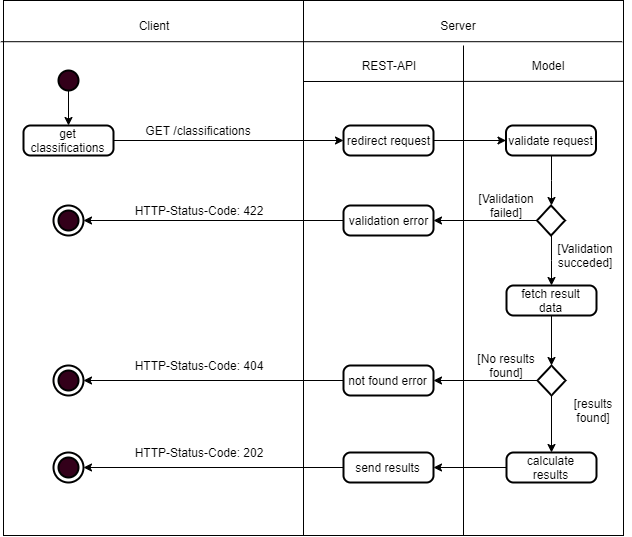
This is doc/documentation/images/activity_eval.png from Crischinaldo/OCR, a draw.io export, as it was before one commit. Source tidied: cells renumbered, new cells last; positions are measured from the earlier drawing's top-left corner, leaving out a move shared by most shapes.
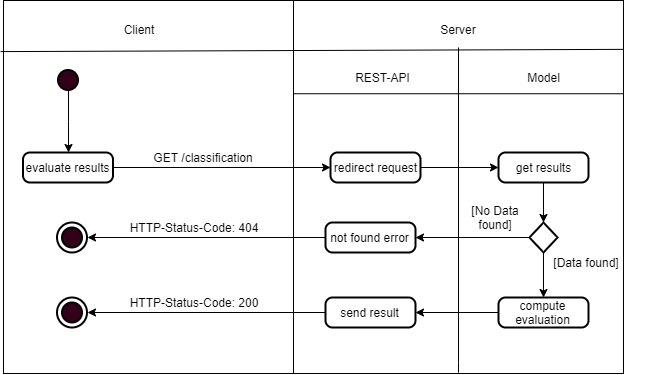
The same file after the commit.

Change to the diagram source:
```diff
@@ -2,150 +2,115 @@
   <root>
     <mxCell id="0" />
     <mxCell id="1" parent="0" />
-    <mxCell id="2" style="rounded=0;whiteSpace=wrap;html=1;fillColor=none;" parent="1" vertex="1">
-      <mxGeometry width="300" height="535" as="geometry" />
-    </mxCell>
-    <mxCell id="3" style="rounded=0;whiteSpace=wrap;html=1;fillColor=none;" parent="1" vertex="1">
-      <mxGeometry x="300" width="320" height="535" as="geometry" />
-    </mxCell>
+    <mxCell id="49" style="rounded=0;whiteSpace=wrap;html=1;fillColor=none;" parent="1" vertex="1">
+      <mxGeometry x="203" y="163" width="290" height="373" as="geometry" />
+    </mxCell>
+    <mxCell id="50" style="rounded=0;whiteSpace=wrap;html=1;fillColor=none;" parent="1" vertex="1">
+      <mxGeometry x="493" y="163" width="330" height="373" as="geometry" />
+    </mxCell>
     <mxCell id="4" value="Client" style="text;html=1;strokeColor=none;fillColor=none;align=center;verticalAlign=middle;whiteSpace=wrap;rounded=0;" parent="1" vertex="1">
-      <mxGeometry x="130" y="15" width="40" height="20" as="geometry" />
+      <mxGeometry x="317.5" y="185" width="40" height="14" as="geometry" />
     </mxCell>
-    <mxCell id="5" style="endArrow=none;html=1;exitX=-0.009;exitY=0.077;exitDx=0;exitDy=0;exitPerimeter=0;entryX=0.996;entryY=0.077;entryDx=0;entryDy=0;entryPerimeter=0;" parent="1" edge="1" source="2" target="3">
-      <mxGeometry relative="1" as="geometry" />
-    </mxCell>
+    <mxCell id="51" style="endArrow=none;html=1;exitX=-0.01;exitY=0.137;exitDx=0;exitDy=0;exitPerimeter=0;entryX=1;entryY=0.131;entryDx=0;entryDy=0;entryPerimeter=0;" parent="1" edge="1" source="49" target="50">
+      <mxGeometry relative="1" as="geometry" />
+    </mxCell>
     <mxCell id="6" value="Server" style="text;html=1;strokeColor=none;fillColor=none;align=center;verticalAlign=middle;whiteSpace=wrap;rounded=0;" parent="1" vertex="1">
-      <mxGeometry x="435" y="15" width="40" height="20" as="geometry" />
+      <mxGeometry x="637.5" y="185" width="40" height="14" as="geometry" />
     </mxCell>
-    <mxCell id="7" style="edgeStyle=orthogonalEdgeStyle;rounded=0;jettySize=auto;html=1;" parent="1" edge="1" source="8" target="32">
-      <mxGeometry relative="1" as="geometry" />
-    </mxCell>
-    <mxCell id="8" style="strokeWidth=2;html=1;shape=mxgraph.flowchart.start_2;whiteSpace=wrap;fillColor=#33001A;" parent="1" vertex="1">
-      <mxGeometry x="55" y="70" width="20" height="20" as="geometry" />
-    </mxCell>
-    <mxCell id="9" style="edgeStyle=orthogonalEdgeStyle;rounded=0;jettySize=auto;html=1;exitX=0.5;exitY=1;exitDx=0;exitDy=0;" parent="1" edge="1" source="27" target="12">
-      <mxGeometry relative="1" as="geometry" />
-    </mxCell>
-    <mxCell id="10" style="edgeStyle=orthogonalEdgeStyle;rounded=0;jettySize=auto;html=1;entryX=1;entryY=0.5;entryDx=0;entryDy=0;" parent="1" edge="1" source="12" target="34">
-      <mxGeometry relative="1" as="geometry" />
-    </mxCell>
-    <mxCell id="11" style="edgeStyle=orthogonalEdgeStyle;rounded=0;jettySize=auto;html=1;entryX=0.5;entryY=0;entryDx=0;entryDy=0;" parent="1" edge="1" source="12" target="26">
-      <mxGeometry relative="1" as="geometry" />
-    </mxCell>
-    <mxCell id="12" style="strokeWidth=2;html=1;shape=mxgraph.flowchart.decision;whiteSpace=wrap;fillColor=none;" parent="1" vertex="1">
-      <mxGeometry x="533.5" y="205" width="28" height="30" as="geometry" />
-    </mxCell>
-    <mxCell id="13" style="edgeStyle=orthogonalEdgeStyle;rounded=0;jettySize=auto;html=1;entryX=0.5;entryY=0;entryDx=0;entryDy=0;entryPerimeter=0;exitX=0;exitY=0.5;exitDx=0;exitDy=0;" parent="1" edge="1" source="34" target="18">
-      <mxGeometry relative="1" as="geometry" />
-    </mxCell>
-    <mxCell id="14" style="edgeStyle=orthogonalEdgeStyle;rounded=0;jettySize=auto;html=1;entryX=0.5;entryY=0;entryDx=0;entryDy=0;entryPerimeter=0;exitX=0.5;exitY=1;exitDx=0;exitDy=0;" parent="1" edge="1" source="26" target="22">
-      <mxGeometry relative="1" as="geometry" />
-    </mxCell>
-    <mxCell id="15" value="[Validation failed]" style="text;html=1;strokeColor=none;fillColor=none;align=center;verticalAlign=middle;whiteSpace=wrap;rounded=0;" parent="1" vertex="1">
-      <mxGeometry x="464.5" y="195" width="76" height="20" as="geometry" />
-    </mxCell>
-    <mxCell id="16" value="[Validation succeded]" style="text;html=1;strokeColor=none;fillColor=none;align=center;verticalAlign=middle;whiteSpace=wrap;rounded=0;" parent="1" vertex="1">
-      <mxGeometry x="544" y="245" width="76" height="20" as="geometry" />
-    </mxCell>
-    <mxCell id="17" style="strokeWidth=2;html=1;shape=mxgraph.flowchart.start_2;whiteSpace=wrap;fillColor=#33001A;" parent="1" vertex="1">
-      <mxGeometry x="55" y="210" width="20" height="20" as="geometry" />
-    </mxCell>
-    <mxCell id="18" style="strokeWidth=2;html=1;shape=mxgraph.flowchart.start_2;whiteSpace=wrap;fillColor=none;direction=south;" parent="1" vertex="1">
-      <mxGeometry x="50" y="205" width="30" height="30" as="geometry" />
-    </mxCell>
-    <mxCell id="19" value="HTTP-Status-Code: 422" style="text;html=1;strokeColor=none;fillColor=none;align=center;verticalAlign=middle;whiteSpace=wrap;rounded=0;" parent="1" vertex="1">
-      <mxGeometry x="120" y="200" width="150" height="20" as="geometry" />
-    </mxCell>
-    <mxCell id="20" style="edgeStyle=orthogonalEdgeStyle;rounded=0;jettySize=auto;html=1;entryX=1;entryY=0.5;entryDx=0;entryDy=0;" parent="1" edge="1" source="22" target="36">
-      <mxGeometry relative="1" as="geometry" />
-    </mxCell>
-    <mxCell id="21" style="edgeStyle=orthogonalEdgeStyle;rounded=0;jettySize=auto;html=1;entryX=0.5;entryY=0;entryDx=0;entryDy=0;" parent="1" edge="1" source="22" target="42">
-      <mxGeometry relative="1" as="geometry" />
-    </mxCell>
-    <mxCell id="22" style="strokeWidth=2;html=1;shape=mxgraph.flowchart.decision;whiteSpace=wrap;fillColor=none;" parent="1" vertex="1">
-      <mxGeometry x="534" y="365" width="28" height="30" as="geometry" />
-    </mxCell>
-    <mxCell id="23" style="edgeStyle=orthogonalEdgeStyle;rounded=0;jettySize=auto;html=1;" parent="1" edge="1" source="24" target="27">
-      <mxGeometry relative="1" as="geometry" />
-    </mxCell>
+    <mxCell id="52" style="edgeStyle=orthogonalEdgeStyle;rounded=0;jettySize=auto;html=1;entryX=0.5;entryY=0;entryDx=0;entryDy=0;" parent="1" edge="1" source="53" target="56">
+      <mxGeometry relative="1" as="geometry" />
+    </mxCell>
+    <mxCell id="53" style="strokeWidth=2;html=1;shape=mxgraph.flowchart.start_2;whiteSpace=wrap;fillColor=#33001A;" parent="1" vertex="1">
+      <mxGeometry x="257.5" y="232.5" width="20" height="20" as="geometry" />
+    </mxCell>
+    <mxCell id="54" style="edgeStyle=orthogonalEdgeStyle;rounded=0;jettySize=auto;html=1;" parent="1" edge="1" source="24" target="58">
+      <mxGeometry relative="1" as="geometry" />
+    </mxCell>
     <mxCell id="24" value="redirect request" style="rounded=1;whiteSpace=wrap;html=1;absoluteArcSize=1;arcSize=14;strokeWidth=2;fillColor=none;" parent="1" vertex="1">
-      <mxGeometry x="340" y="125" width="90" height="30" as="geometry" />
+      <mxGeometry x="530" y="315" width="90" height="30" as="geometry" />
     </mxCell>
-    <mxCell id="25" style="strokeWidth=2;html=1;shape=mxgraph.flowchart.start_2;whiteSpace=wrap;fillColor=none;direction=south;" parent="1" vertex="1">
-      <mxGeometry x="50" y="365" width="30" height="30" as="geometry" />
-    </mxCell>
-    <mxCell id="26" value="fetch result data" style="rounded=1;whiteSpace=wrap;html=1;absoluteArcSize=1;arcSize=14;strokeWidth=2;fillColor=none;" parent="1" vertex="1">
-      <mxGeometry x="503" y="285" width="90" height="30" as="geometry" />
-    </mxCell>
-    <mxCell id="27" value="validate request" style="rounded=1;whiteSpace=wrap;html=1;absoluteArcSize=1;arcSize=14;strokeWidth=2;fillColor=none;" parent="1" vertex="1">
-      <mxGeometry x="502.5" y="125" width="90" height="30" as="geometry" />
-    </mxCell>
-    <mxCell id="28" style="strokeWidth=2;html=1;shape=mxgraph.flowchart.start_2;whiteSpace=wrap;fillColor=#33001A;" parent="1" vertex="1">
-      <mxGeometry x="55" y="457" width="20" height="20" as="geometry" />
-    </mxCell>
-    <mxCell id="29" style="strokeWidth=2;html=1;shape=mxgraph.flowchart.start_2;whiteSpace=wrap;fillColor=none;direction=south;" parent="1" vertex="1">
-      <mxGeometry x="50" y="452" width="30" height="30" as="geometry" />
-    </mxCell>
-    <mxCell id="30" value="HTTP-Status-Code: 202" style="text;html=1;strokeColor=none;fillColor=none;align=center;verticalAlign=middle;whiteSpace=wrap;rounded=0;" parent="1" vertex="1">
-      <mxGeometry x="120" y="442" width="150" height="20" as="geometry" />
-    </mxCell>
-    <mxCell id="31" style="edgeStyle=orthogonalEdgeStyle;rounded=0;jettySize=auto;html=1;" parent="1" edge="1" source="32" target="24">
-      <mxGeometry relative="1" as="geometry" />
-    </mxCell>
-    <mxCell id="32" value="get classifications" style="rounded=1;whiteSpace=wrap;html=1;absoluteArcSize=1;arcSize=14;strokeWidth=2;fillColor=none;" parent="1" vertex="1">
-      <mxGeometry x="20" y="125" width="90" height="30" as="geometry" />
-    </mxCell>
-    <mxCell id="33" value="GET /classifications" style="text;html=1;strokeColor=none;fillColor=none;align=center;verticalAlign=middle;whiteSpace=wrap;rounded=0;" parent="1" vertex="1">
-      <mxGeometry x="120" y="120" width="150" height="20" as="geometry" />
-    </mxCell>
-    <mxCell id="34" value="validation error" style="rounded=1;whiteSpace=wrap;html=1;absoluteArcSize=1;arcSize=14;strokeWidth=2;fillColor=none;" parent="1" vertex="1">
-      <mxGeometry x="340" y="205" width="90" height="30" as="geometry" />
-    </mxCell>
-    <mxCell id="35" style="edgeStyle=orthogonalEdgeStyle;rounded=0;jettySize=auto;html=1;entryX=0.5;entryY=0;entryDx=0;entryDy=0;entryPerimeter=0;" parent="1" edge="1" source="36" target="25">
-      <mxGeometry relative="1" as="geometry" />
-    </mxCell>
+    <mxCell id="55" style="edgeStyle=orthogonalEdgeStyle;rounded=0;jettySize=auto;html=1;entryX=0;entryY=0.5;entryDx=0;entryDy=0;" parent="1" edge="1" source="56" target="24">
+      <mxGeometry relative="1" as="geometry" />
+    </mxCell>
+    <mxCell id="56" value="evaluate results" style="rounded=1;whiteSpace=wrap;html=1;absoluteArcSize=1;arcSize=14;strokeWidth=2;fillColor=none;" parent="1" vertex="1">
+      <mxGeometry x="222.5" y="315" width="90" height="30" as="geometry" />
+    </mxCell>
+    <mxCell id="57" style="edgeStyle=orthogonalEdgeStyle;rounded=0;jettySize=auto;html=1;entryX=0.5;entryY=0;entryDx=0;entryDy=0;entryPerimeter=0;" parent="1" edge="1" source="58" target="61">
+      <mxGeometry relative="1" as="geometry" />
+    </mxCell>
+    <mxCell id="58" value="get results" style="rounded=1;whiteSpace=wrap;html=1;absoluteArcSize=1;arcSize=14;strokeWidth=2;fillColor=none;" parent="1" vertex="1">
+      <mxGeometry x="698" y="315" width="90" height="30" as="geometry" />
+    </mxCell>
+    <mxCell id="59" style="edgeStyle=orthogonalEdgeStyle;rounded=0;jettySize=auto;html=1;entryX=0.5;entryY=0;entryDx=0;entryDy=0;" parent="1" edge="1" source="61" target="66">
+      <mxGeometry relative="1" as="geometry" />
+    </mxCell>
+    <mxCell id="60" style="edgeStyle=orthogonalEdgeStyle;rounded=0;jettySize=auto;html=1;entryX=1;entryY=0.5;entryDx=0;entryDy=0;" parent="1" edge="1" source="61" target="36">
+      <mxGeometry relative="1" as="geometry" />
+    </mxCell>
+    <mxCell id="61" style="strokeWidth=2;html=1;shape=mxgraph.flowchart.decision;whiteSpace=wrap;fillColor=none;" parent="1" vertex="1">
+      <mxGeometry x="729" y="385" width="28" height="30" as="geometry" />
+    </mxCell>
+    <mxCell id="62" style="edgeStyle=orthogonalEdgeStyle;rounded=0;jettySize=auto;html=1;entryX=0.5;entryY=0;entryDx=0;entryDy=0;entryPerimeter=0;" parent="1" edge="1" source="36" target="63">
+      <mxGeometry relative="1" as="geometry" />
+    </mxCell>
     <mxCell id="36" value="not found error" style="rounded=1;whiteSpace=wrap;html=1;absoluteArcSize=1;arcSize=14;strokeWidth=2;fillColor=none;" parent="1" vertex="1">
-      <mxGeometry x="340" y="365" width="90" height="30" as="geometry" />
+      <mxGeometry x="525" y="385" width="90" height="30" as="geometry" />
     </mxCell>
-    <mxCell id="37" style="strokeWidth=2;html=1;shape=mxgraph.flowchart.start_2;whiteSpace=wrap;fillColor=#33001A;" parent="1" vertex="1">
-      <mxGeometry x="55" y="370" width="20" height="20" as="geometry" />
-    </mxCell>
-    <mxCell id="38" value="HTTP-Status-Code: 404" style="text;html=1;strokeColor=none;fillColor=none;align=center;verticalAlign=middle;whiteSpace=wrap;rounded=0;" parent="1" vertex="1">
-      <mxGeometry x="120" y="355" width="150" height="20" as="geometry" />
-    </mxCell>
-    <mxCell id="39" value="[No results found]" style="text;html=1;strokeColor=none;fillColor=none;align=center;verticalAlign=middle;whiteSpace=wrap;rounded=0;" parent="1" vertex="1">
-      <mxGeometry x="464.5" y="355" width="76" height="20" as="geometry" />
-    </mxCell>
-    <mxCell id="40" value="[results found]" style="text;html=1;strokeColor=none;fillColor=none;align=center;verticalAlign=middle;whiteSpace=wrap;rounded=0;" parent="1" vertex="1">
-      <mxGeometry x="552" y="400" width="76" height="20" as="geometry" />
-    </mxCell>
-    <mxCell id="41" style="edgeStyle=orthogonalEdgeStyle;rounded=0;jettySize=auto;html=1;entryX=1;entryY=0.5;entryDx=0;entryDy=0;" parent="1" edge="1" source="42" target="44">
-      <mxGeometry relative="1" as="geometry" />
-    </mxCell>
-    <mxCell id="42" value="calculate results" style="rounded=1;whiteSpace=wrap;html=1;absoluteArcSize=1;arcSize=14;strokeWidth=2;fillColor=none;" parent="1" vertex="1">
-      <mxGeometry x="503" y="452" width="90" height="30" as="geometry" />
-    </mxCell>
-    <mxCell id="43" style="edgeStyle=orthogonalEdgeStyle;rounded=0;jettySize=auto;html=1;entryX=0.5;entryY=0;entryDx=0;entryDy=0;entryPerimeter=0;" parent="1" edge="1" source="44" target="29">
-      <mxGeometry relative="1" as="geometry" />
-    </mxCell>
-    <mxCell id="44" value="send results" style="rounded=1;whiteSpace=wrap;html=1;absoluteArcSize=1;arcSize=14;strokeWidth=2;fillColor=none;" parent="1" vertex="1">
-      <mxGeometry x="340" y="452" width="90" height="30" as="geometry" />
-    </mxCell>
-    <mxCell id="45" style="endArrow=none;html=1;entryX=1;entryY=0.151;entryDx=0;entryDy=0;entryPerimeter=0;" parent="1" edge="1" target="3">
-      <mxGeometry relative="1" as="geometry">
-        <mxPoint x="300" y="81" as="sourcePoint" />
-      </mxGeometry>
-    </mxCell>
-    <mxCell id="46" style="endArrow=none;html=1;exitX=0.5;exitY=1;exitDx=0;exitDy=0;" parent="1" edge="1" source="3">
-      <mxGeometry relative="1" as="geometry">
-        <mxPoint x="460" y="45" as="targetPoint" />
-      </mxGeometry>
-    </mxCell>
+    <mxCell id="63" style="strokeWidth=2;html=1;shape=mxgraph.flowchart.start_2;whiteSpace=wrap;fillColor=none;direction=south;" parent="1" vertex="1">
+      <mxGeometry x="256.5" y="385" width="30" height="30" as="geometry" />
+    </mxCell>
+    <mxCell id="64" style="strokeWidth=2;html=1;shape=mxgraph.flowchart.start_2;whiteSpace=wrap;fillColor=#33001A;" parent="1" vertex="1">
+      <mxGeometry x="261.5" y="390" width="20" height="20" as="geometry" />
+    </mxCell>
+    <mxCell id="65" style="edgeStyle=orthogonalEdgeStyle;rounded=0;jettySize=auto;html=1;entryX=1;entryY=0.5;entryDx=0;entryDy=0;" parent="1" edge="1" source="66" target="68">
+      <mxGeometry relative="1" as="geometry" />
+    </mxCell>
+    <mxCell id="66" value="compute evaluation" style="rounded=1;whiteSpace=wrap;html=1;absoluteArcSize=1;arcSize=14;strokeWidth=2;fillColor=none;" parent="1" vertex="1">
+      <mxGeometry x="698" y="460" width="90" height="30" as="geometry" />
+    </mxCell>
+    <mxCell id="67" style="edgeStyle=orthogonalEdgeStyle;rounded=0;jettySize=auto;html=1;entryX=0.5;entryY=0;entryDx=0;entryDy=0;entryPerimeter=0;" parent="1" edge="1" source="68" target="70">
+      <mxGeometry relative="1" as="geometry" />
+    </mxCell>
+    <mxCell id="68" value="send result" style="rounded=1;whiteSpace=wrap;html=1;absoluteArcSize=1;arcSize=14;strokeWidth=2;fillColor=none;" parent="1" vertex="1">
+      <mxGeometry x="525" y="460" width="90" height="30" as="geometry" />
+    </mxCell>
+    <mxCell id="69" style="strokeWidth=2;html=1;shape=mxgraph.flowchart.start_2;whiteSpace=wrap;fillColor=#33001A;" parent="1" vertex="1">
+      <mxGeometry x="261.5" y="465" width="20" height="20" as="geometry" />
+    </mxCell>
+    <mxCell id="70" style="strokeWidth=2;html=1;shape=mxgraph.flowchart.start_2;whiteSpace=wrap;fillColor=none;direction=south;" parent="1" vertex="1">
+      <mxGeometry x="256.5" y="460" width="30" height="30" as="geometry" />
+    </mxCell>
+    <mxCell id="71" value="HTTP-Status-Code: 200" style="text;html=1;strokeColor=none;fillColor=none;align=center;verticalAlign=middle;whiteSpace=wrap;rounded=0;" parent="1" vertex="1">
+      <mxGeometry x="317.5" y="455" width="150" height="20" as="geometry" />
+    </mxCell>
+    <mxCell id="72" style="endArrow=none;html=1;exitX=0;exitY=0.25;exitDx=0;exitDy=0;entryX=1;entryY=0.25;entryDx=0;entryDy=0;" parent="1" edge="1" source="50" target="50">
+      <mxGeometry relative="1" as="geometry" />
+    </mxCell>
+    <mxCell id="73" style="endArrow=none;html=1;exitX=0.5;exitY=1;exitDx=0;exitDy=0;" parent="1" edge="1" source="50">
+      <mxGeometry relative="1" as="geometry">
+        <mxPoint x="658" y="210" as="targetPoint" />
+        <Array as="points">
+          <mxPoint x="658" y="535" />
+        </Array>
+      </mxGeometry>
+    </mxCell>
+    <mxCell id="74" value="GET /classification" style="text;html=1;strokeColor=none;fillColor=none;align=center;verticalAlign=middle;whiteSpace=wrap;rounded=0;" parent="1" vertex="1">
+      <mxGeometry x="327.5" y="310" width="150" height="20" as="geometry" />
+    </mxCell>
     <mxCell id="47" value="REST-API" style="text;html=1;strokeColor=none;fillColor=none;align=center;verticalAlign=middle;whiteSpace=wrap;rounded=0;" parent="1" vertex="1">
-      <mxGeometry x="350" y="55" width="70" height="20" as="geometry" />
+      <mxGeometry x="550" y="233" width="65" height="14" as="geometry" />
     </mxCell>
     <mxCell id="48" value="Model" style="text;html=1;strokeColor=none;fillColor=none;align=center;verticalAlign=middle;whiteSpace=wrap;rounded=0;" parent="1" vertex="1">
-      <mxGeometry x="509" y="55" width="70" height="20" as="geometry" />
+      <mxGeometry x="710.5" y="232.5" width="65" height="14" as="geometry" />
     </mxCell>
+    <mxCell id="38" value="HTTP-Status-Code: 404" style="text;html=1;strokeColor=none;fillColor=none;align=center;verticalAlign=middle;whiteSpace=wrap;rounded=0;" parent="1" vertex="1">
+      <mxGeometry x="317.5" y="380" width="150" height="20" as="geometry" />
+    </mxCell>
+    <mxCell id="75" value="[No Data &lt;br&gt;found]" style="text;html=1;strokeColor=none;fillColor=none;align=center;verticalAlign=middle;whiteSpace=wrap;rounded=0;" parent="1" vertex="1">
+      <mxGeometry x="620" y="370" width="150" height="20" as="geometry" />
+    </mxCell>
+    <mxCell id="76" value="[Data found]" style="text;html=1;strokeColor=none;fillColor=none;align=center;verticalAlign=middle;whiteSpace=wrap;rounded=0;" parent="1" vertex="1">
+      <mxGeometry x="710.5" y="415" width="150" height="20" as="geometry" />
+    </mxCell>
   </root>
 </mxGraphModel>
```
